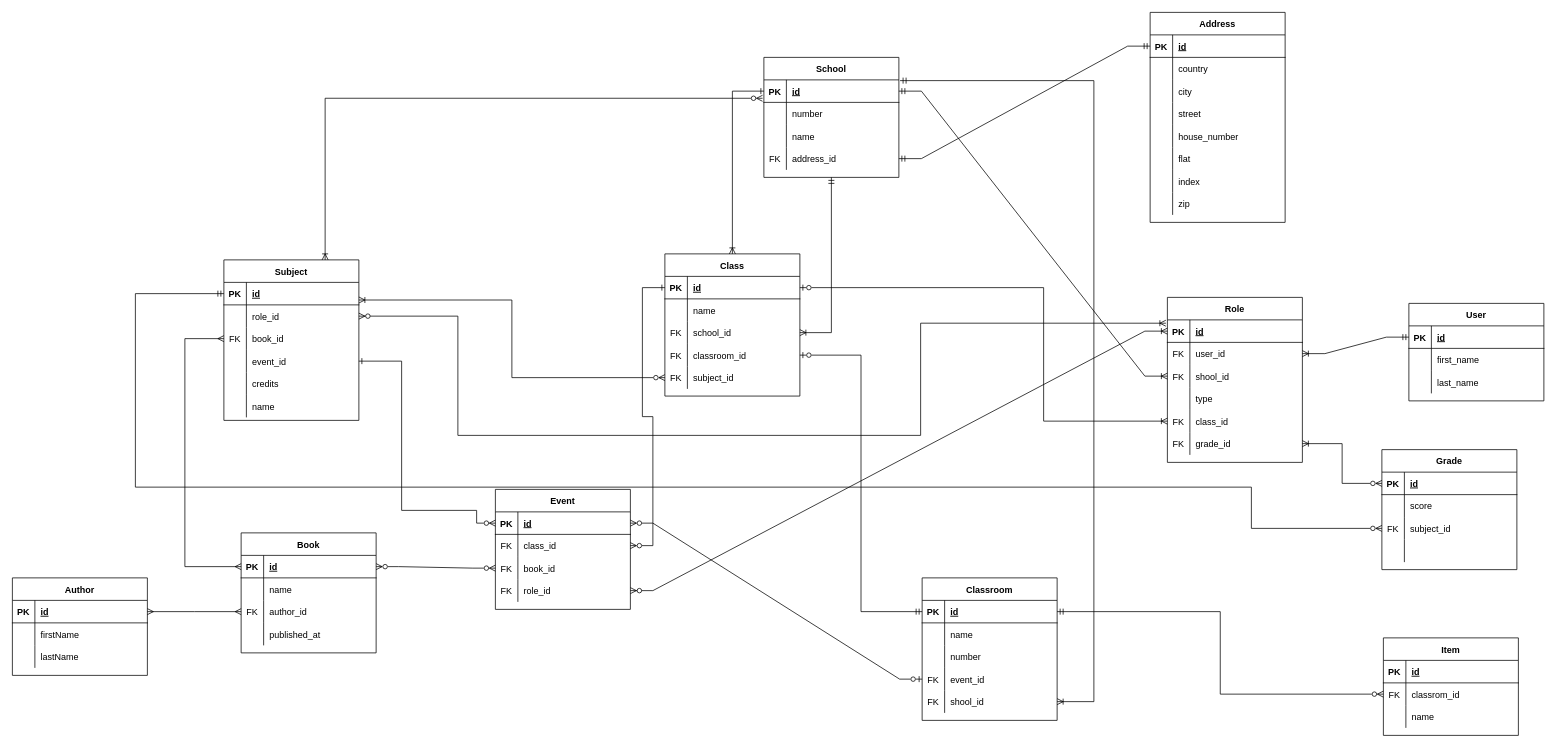
Before: databases/year-2/semester-1/lab-1/lab-1-db.drawio in doichev-kostia/kpi, a draw.io diagram. Source tidied: cells renumbered, new cells numbered last; positions are measured from the earlier drawing's top-left corner, leaving out a move shared by most shapes. Both pictures are drawn from the tidied source at 75%, with x=0, y=0 at pixel (12, 12).
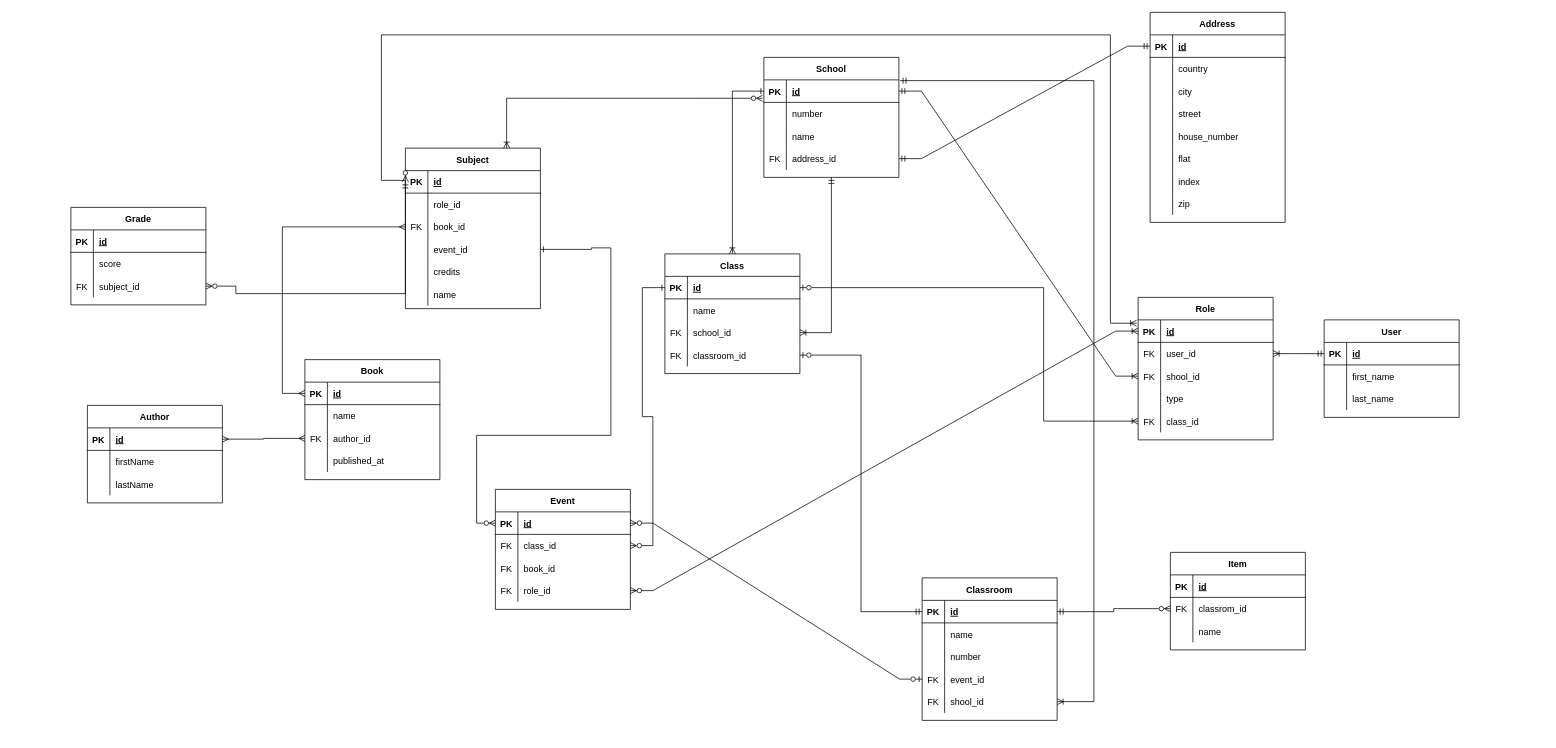
The same diagram, later.

Commit message (it also covers changes not shown here):
feat: updated db diagram after the review

The change refers to these unchanged cells:
```xml
<mxCell id="13" style="shape=tableRow;horizontal=0;startSize=0;swimlaneHead=0;swimlaneBody=0;fillColor=none;points=[[0,0.5],[1,0.5]];portConstraint=eastwest;top=0;left=0;right=0;bottom=1;" parent="12" vertex="1">
  <mxGeometry y="30" width="180" height="30" as="geometry" />
</mxCell>
<mxCell id="61" style="shape=tableRow;horizontal=0;startSize=0;swimlaneHead=0;swimlaneBody=0;fillColor=none;points=[[0,0.5],[1,0.5]];portConstraint=eastwest;top=0;left=0;right=0;bottom=1;" parent="60" vertex="1">
  <mxGeometry y="30" width="180" height="30" as="geometry" />
</mxCell>
<mxCell id="64" style="shape=tableRow;horizontal=0;startSize=0;swimlaneHead=0;swimlaneBody=0;fillColor=none;points=[[0,0.5],[1,0.5]];portConstraint=eastwest;top=0;left=0;right=0;bottom=0;" parent="60" vertex="1">
  <mxGeometry y="60" width="180" height="30" as="geometry" />
</mxCell>
<mxCell id="67" style="shape=tableRow;horizontal=0;startSize=0;swimlaneHead=0;swimlaneBody=0;fillColor=none;points=[[0,0.5],[1,0.5]];portConstraint=eastwest;top=0;left=0;right=0;bottom=0;" parent="60" vertex="1">
  <mxGeometry y="90" width="180" height="30" as="geometry" />
</mxCell>
<mxCell id="70" style="shape=tableRow;horizontal=0;startSize=0;swimlaneHead=0;swimlaneBody=0;fillColor=none;points=[[0,0.5],[1,0.5]];portConstraint=eastwest;top=0;left=0;right=0;bottom=0;" parent="60" vertex="1">
  <mxGeometry y="120" width="180" height="30" as="geometry" />
</mxCell>
<mxCell id="96" style="shape=tableRow;horizontal=0;startSize=0;swimlaneHead=0;swimlaneBody=0;fillColor=none;points=[[0,0.5],[1,0.5]];portConstraint=eastwest;top=0;left=0;right=0;bottom=1;" parent="95" vertex="1">
  <mxGeometry y="30" width="180" height="30" as="geometry" />
</mxCell>
<mxCell id="147" style="shape=tableRow;horizontal=0;startSize=0;swimlaneHead=0;swimlaneBody=0;fillColor=none;points=[[0,0.5],[1,0.5]];portConstraint=eastwest;top=0;left=0;right=0;bottom=1;" parent="146" vertex="1">
  <mxGeometry y="30" width="180" height="30" as="geometry" />
</mxCell>
<mxCell id="153" style="shape=tableRow;horizontal=0;startSize=0;swimlaneHead=0;swimlaneBody=0;fillColor=none;points=[[0,0.5],[1,0.5]];portConstraint=eastwest;top=0;left=0;right=0;bottom=0;" parent="146" vertex="1">
  <mxGeometry y="90" width="180" height="30" as="geometry" />
</mxCell>
<mxCell id="186" style="shape=tableRow;horizontal=0;startSize=0;swimlaneHead=0;swimlaneBody=0;fillColor=none;points=[[0,0.5],[1,0.5]];portConstraint=eastwest;top=0;left=0;right=0;bottom=1;" parent="185" vertex="1">
  <mxGeometry y="30" width="180" height="30" as="geometry" />
</mxCell>
<mxCell id="192" style="shape=tableRow;horizontal=0;startSize=0;swimlaneHead=0;swimlaneBody=0;fillColor=none;points=[[0,0.5],[1,0.5]];portConstraint=eastwest;top=0;left=0;right=0;bottom=0;" parent="185" vertex="1">
  <mxGeometry y="90" width="180" height="30" as="geometry" />
</mxCell>
```

The edit, as a diff of the source:
```diff
@@
     <mxCell id="2" value="User" style="shape=table;startSize=30;childLayout=tableLayout;rowLines=0;fontStyle=1;align=center;" parent="1" vertex="1">
-      <mxGeometry x="1862" y="388" width="180" height="130" as="geometry" />
+      <mxGeometry x="1749" y="410" width="180" height="130" as="geometry" />
     </mxCell>
@@
     <mxCell id="12" value="Role" style="shape=table;startSize=30;childLayout=tableLayout;rowLines=0;fontStyle=1;align=center;" parent="1" vertex="1">
-      <mxGeometry x="1540" y="380" width="180" height="220" as="geometry" />
+      <mxGeometry x="1501" y="380" width="180" height="190" as="geometry" />
     </mxCell>
@@
-    <mxCell id="28" style="shape=tableRow;horizontal=0;startSize=0;swimlaneHead=0;swimlaneBody=0;fillColor=none;points=[[0,0.5],[1,0.5]];portConstraint=eastwest;top=0;left=0;right=0;bottom=0;" parent="12" vertex="1">
-      <mxGeometry y="180" width="180" height="30" as="geometry" />
-    </mxCell>
-    <mxCell id="29" value="FK" style="shape=partialRectangle;fillColor=none;top=0;left=0;bottom=0;right=0;overflow=hidden;" parent="28" vertex="1">
-      <mxGeometry width="30" height="30" as="geometry" />
-    </mxCell>
-    <mxCell id="30" value="grade_id" style="shape=partialRectangle;fillColor=none;top=0;left=0;bottom=0;right=0;align=left;spacingLeft=6;overflow=hidden;" parent="28" vertex="1">
-      <mxGeometry x="30" width="150" height="30" as="geometry" />
-    </mxCell>
@@
     <mxCell id="44" value="Class" style="shape=table;startSize=30;childLayout=tableLayout;rowLines=0;fontStyle=1;align=center;" parent="1" vertex="1">
-      <mxGeometry x="870" y="322" width="180" height="189.6" as="geometry" />
+      <mxGeometry x="870" y="322" width="180" height="159.6" as="geometry" />
     </mxCell>
@@
-    <mxCell id="57" style="shape=tableRow;horizontal=0;startSize=0;swimlaneHead=0;swimlaneBody=0;fillColor=none;points=[[0,0.5],[1,0.5]];portConstraint=eastwest;top=0;left=0;right=0;bottom=0;" parent="44" vertex="1">
-      <mxGeometry y="150" width="180" height="30" as="geometry" />
-    </mxCell>
-    <mxCell id="58" value="FK" style="shape=partialRectangle;fillColor=none;top=0;left=0;bottom=0;right=0;overflow=hidden;" parent="57" vertex="1">
-      <mxGeometry width="30" height="30" as="geometry" />
-    </mxCell>
-    <mxCell id="59" value="subject_id" style="shape=partialRectangle;fillColor=none;top=0;left=0;bottom=0;right=0;align=left;spacingLeft=6;overflow=hidden;" parent="57" vertex="1">
-      <mxGeometry x="30" width="150" height="30" as="geometry" />
-    </mxCell>
     <mxCell id="60" value="Subject" style="shape=table;startSize=30;childLayout=tableLayout;rowLines=0;fontStyle=1;align=center;" parent="1" vertex="1">
-      <mxGeometry x="282" y="330" width="180" height="214" as="geometry" />
+      <mxGeometry x="524" y="181" width="180" height="214" as="geometry" />
     </mxCell>
@@
     <mxCell id="95" value="Book" style="shape=table;startSize=30;childLayout=tableLayout;rowLines=0;fontStyle=1;align=center;" parent="1" vertex="1">
-      <mxGeometry x="305" y="694" width="180" height="160" as="geometry" />
+      <mxGeometry x="390" y="463" width="180" height="160" as="geometry" />
     </mxCell>
@@
     <mxCell id="108" value="Item" style="shape=table;startSize=30;childLayout=tableLayout;rowLines=0;fontStyle=1;align=center;" parent="1" vertex="1">
-      <mxGeometry x="1828" y="834" width="180" height="130" as="geometry" />
+      <mxGeometry x="1544" y="720" width="180" height="130" as="geometry" />
     </mxCell>
@@
     <mxCell id="159" style="edgeStyle=orthogonalEdgeStyle;rounded=0;jettySize=auto;html=1;exitX=0;exitY=0.5;exitDx=0;exitDy=0;entryX=1;entryY=0.5;entryDx=0;entryDy=0;endArrow=ERone;endFill=0;startArrow=ERzeroToMany;startFill=0;" parent="1" edge="1" source="147" target="70">
       <mxGeometry relative="1" as="geometry">
         <Array as="points">
           <mxPoint x="619" y="681" />
-          <mxPoint x="619" y="664" />
-          <mxPoint x="519" y="664" />
-          <mxPoint x="519" y="465" />
+          <mxPoint x="619" y="564" />
+          <mxPoint x="798" y="564" />
+          <mxPoint x="798" y="314" />
+          <mxPoint x="772" y="314" />
+          <mxPoint x="772" y="316" />
         </Array>
       </mxGeometry>
     </mxCell>
-    <mxCell id="160" style="edgeStyle=entityRelationEdgeStyle;fontSize=12;html=1;endArrow=ERzeroToMany;startArrow=ERzeroToMany;rounded=0;entryX=0;entryY=0.5;entryDx=0;entryDy=0;exitX=1;exitY=0.5;exitDx=0;exitDy=0;startFill=0;endFill=0;" parent="1" edge="1" source="96" target="153">
-      <mxGeometry relative="1" as="geometry" />
-    </mxCell>
@@
     <mxCell id="166" style="fontSize=12;html=1;endArrow=ERmany;startArrow=ERmany;rounded=0;entryX=0;entryY=0.5;entryDx=0;entryDy=0;exitX=0;exitY=0.5;exitDx=0;exitDy=0;edgeStyle=elbowEdgeStyle;" parent="1" edge="1" source="67" target="96">
       <mxGeometry relative="1" as="geometry">
         <Array as="points">
-          <mxPoint x="230" y="592" />
+          <mxPoint x="360" y="402" />
         </Array>
       </mxGeometry>
     </mxCell>
     <mxCell id="167" value="Author" style="shape=table;startSize=30;childLayout=tableLayout;rowLines=0;fontStyle=1;align=center;" parent="1" vertex="1">
-      <mxGeometry y="754" width="180" height="130" as="geometry" />
+      <mxGeometry x="100" y="524" width="180" height="130" as="geometry" />
     </mxCell>
@@
-    <mxCell id="179" style="edgeStyle=orthogonalEdgeStyle;fontSize=12;html=1;endArrow=ERoneToMany;startArrow=ERzeroToMany;rounded=0;entryX=-0.011;entryY=0.148;entryDx=0;entryDy=0;entryPerimeter=0;exitX=1;exitY=0.5;exitDx=0;exitDy=0;" parent="1" edge="1" source="64" target="13">
+    <mxCell id="179" style="edgeStyle=orthogonalEdgeStyle;fontSize=12;html=1;endArrow=ERoneToMany;startArrow=ERzeroToMany;rounded=0;entryX=-0.011;entryY=0.148;entryDx=0;entryDy=0;entryPerimeter=0;exitX=0;exitY=0.5;exitDx=0;exitDy=0;" parent="1" edge="1" source="61" target="13">
       <mxGeometry relative="1" as="geometry">
         <Array as="points">
-          <mxPoint x="594" y="405" />
-          <mxPoint x="594" y="564" />
-          <mxPoint x="1211" y="564" />
-          <mxPoint x="1211" y="414" />
+          <mxPoint x="524" y="224" />
+          <mxPoint x="492" y="224" />
+          <mxPoint x="492" y="30" />
+          <mxPoint x="1464" y="30" />
+          <mxPoint x="1464" y="414" />
         </Array>
       </mxGeometry>
     </mxCell>
@@
-    <mxCell id="184" style="edgeStyle=orthogonalEdgeStyle;rounded=0;jettySize=auto;html=1;exitX=0;exitY=0.5;exitDx=0;exitDy=0;entryX=1;entryY=0.25;entryDx=0;entryDy=0;startArrow=ERzeroToMany;startFill=0;endArrow=ERoneToMany;endFill=0;" parent="1" edge="1" source="57" target="60">
-      <mxGeometry relative="1" as="geometry" />
-    </mxCell>
     <mxCell id="185" value="Grade" style="shape=table;startSize=30;childLayout=tableLayout;rowLines=0;fontStyle=1;align=center;" parent="1" vertex="1">
-      <mxGeometry x="1826" y="583" width="180" height="160" as="geometry" />
+      <mxGeometry x="78" y="260" width="180" height="130" as="geometry" />
     </mxCell>
@@
-    <mxCell id="195" style="shape=tableRow;horizontal=0;startSize=0;swimlaneHead=0;swimlaneBody=0;fillColor=none;top=0;left=0;right=0;bottom=0;" parent="185" vertex="1">
-      <mxGeometry y="120" width="180" height="30" as="geometry" />
-    </mxCell>
-    <mxCell id="196" style="shape=partialRectangle;fillColor=none;top=0;left=0;bottom=0;right=0;overflow=hidden;" parent="195" vertex="1">
-      <mxGeometry width="30" height="30" as="geometry" />
-    </mxCell>
-    <mxCell id="197" style="shape=partialRectangle;fillColor=none;top=0;left=0;bottom=0;right=0;align=left;spacingLeft=6;overflow=hidden;" parent="195" vertex="1">
-      <mxGeometry x="30" width="150" height="30" as="geometry" />
-    </mxCell>
-    <mxCell id="198" style="edgeStyle=orthogonalEdgeStyle;rounded=0;jettySize=auto;html=1;exitX=1;exitY=0.5;exitDx=0;exitDy=0;entryX=0;entryY=0.5;entryDx=0;entryDy=0;startArrow=ERoneToMany;startFill=0;endArrow=ERzeroToMany;endFill=0;" parent="1" edge="1" source="28" target="186">
-      <mxGeometry relative="1" as="geometry" />
-    </mxCell>
-    <mxCell id="199" style="edgeStyle=orthogonalEdgeStyle;rounded=0;jettySize=auto;html=1;exitX=0;exitY=0.5;exitDx=0;exitDy=0;startArrow=ERzeroToMany;startFill=0;endArrow=ERmandOne;endFill=0;entryX=0;entryY=0.5;entryDx=0;entryDy=0;" parent="1" edge="1" source="192" target="61">
+    <mxCell id="199" style="edgeStyle=orthogonalEdgeStyle;rounded=0;jettySize=auto;html=1;startArrow=ERzeroToMany;startFill=0;endArrow=ERmandOne;endFill=0;entryX=0;entryY=0.5;entryDx=0;entryDy=0;exitX=1;exitY=0.5;exitDx=0;exitDy=0;" parent="1" edge="1" source="192" target="61">
       <mxGeometry relative="1" as="geometry">
         <Array as="points">
-          <mxPoint x="1652" y="688" />
-          <mxPoint x="1652" y="633" />
-          <mxPoint x="164" y="633" />
-          <mxPoint x="164" y="375" />
+          <mxPoint x="298" y="365" />
+          <mxPoint x="298" y="375" />
+          <mxPoint x="524" y="375" />
         </Array>
       </mxGeometry>
     </mxCell>
```
